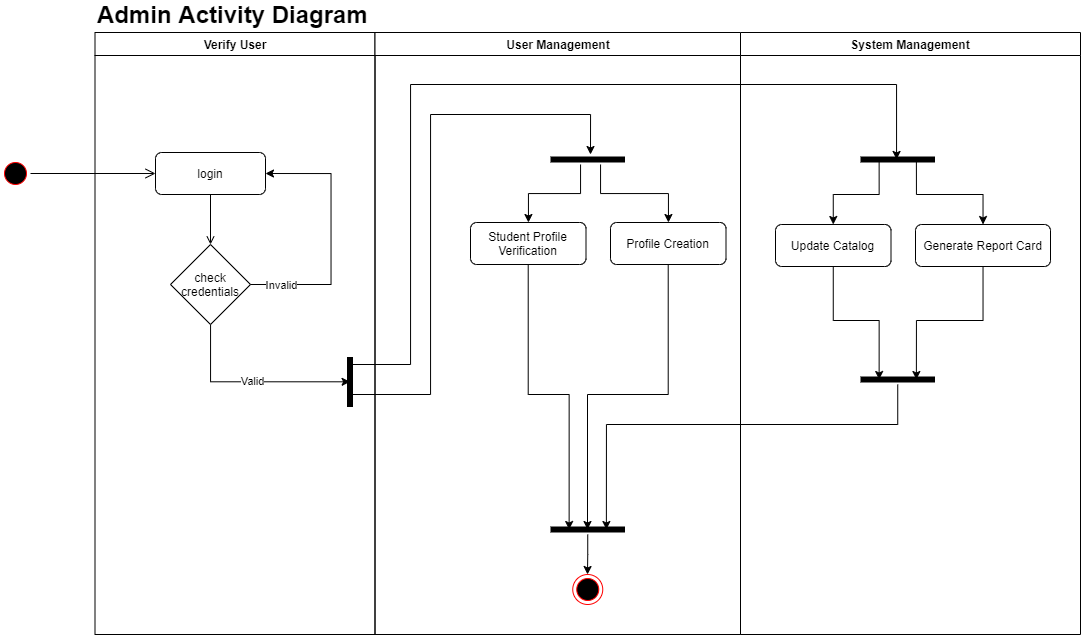
This is CRS-JEDI-7-UML-Artifacts/Activity-Diagram/Admin Activity Diagram.png from iosdev747/JEDI-7_Flipkart-Group-1, a draw.io export, as it was before one commit. Source tidied: cells renumbered, new cells last; positions are measured from the earlier drawing's top-left corner, leaving out a move shared by most shapes. The source it was exported from:
```xml
<mxGraphModel>
  <root>
    <mxCell id="0" />
    <mxCell id="1" parent="0" />
    <mxCell id="2" value="Verify User" style="swimlane;whiteSpace=wrap;" parent="1" vertex="1">
      <mxGeometry x="94.5" y="28" width="280" height="602" as="geometry" />
    </mxCell>
    <mxCell id="3" style="endArrow=open;endFill=1;rounded=0;" parent="2" edge="1" target="5">
      <mxGeometry relative="1" as="geometry">
        <mxPoint x="115.5" y="160" as="sourcePoint" />
      </mxGeometry>
    </mxCell>
    <mxCell id="4" value="Valid" style="edgeStyle=orthogonalEdgeStyle;rounded=0;jettySize=auto;html=1;entryX=0.496;entryY=0.494;entryDx=0;entryDy=0;entryPerimeter=0;" parent="2" edge="1" source="5" target="7">
      <mxGeometry relative="1" as="geometry">
        <Array as="points">
          <mxPoint x="116" y="349" />
        </Array>
      </mxGeometry>
    </mxCell>
    <mxCell id="5" value="check credentials" style="rhombus;whiteSpace=wrap;html=1;" parent="2" vertex="1">
      <mxGeometry x="75.5" y="212" width="80" height="80" as="geometry" />
    </mxCell>
    <mxCell id="6" value="login" style="rounded=1;whiteSpace=wrap;html=1;" parent="2" vertex="1">
      <mxGeometry x="60.5" y="120" width="110" height="42" as="geometry" />
    </mxCell>
    <mxCell id="7" style="shape=line;strokeWidth=6;rotation=90;" parent="2" vertex="1">
      <mxGeometry x="230" y="342" width="50" height="15" as="geometry" />
    </mxCell>
    <mxCell id="8" style="edgeStyle=orthogonalEdgeStyle;rounded=0;jettySize=auto;html=1;exitX=1;exitY=0.5;exitDx=0;exitDy=0;entryX=1;entryY=0.5;entryDx=0;entryDy=0;" parent="2" edge="1" source="5" target="6">
      <mxGeometry relative="1" as="geometry">
        <Array as="points">
          <mxPoint x="236" y="252" />
          <mxPoint x="236" y="141" />
        </Array>
      </mxGeometry>
    </mxCell>
    <mxCell id="9" value="Invalid" style="edgeLabel;html=1;align=center;verticalAlign=middle;" parent="8" vertex="1">
      <mxGeometry x="-0.76" relative="1" as="geometry" />
    </mxCell>
    <mxCell id="10" value="User Management" style="swimlane;whiteSpace=wrap;" parent="1" vertex="1">
      <mxGeometry x="374.5" y="28" width="365.5" height="602" as="geometry" />
    </mxCell>
    <mxCell id="11" style="edgeStyle=orthogonalEdgeStyle;rounded=0;jettySize=auto;html=1;entryX=0.25;entryY=0.5;entryDx=0;entryDy=0;entryPerimeter=0;" parent="10" edge="1" source="12" target="16">
      <mxGeometry relative="1" as="geometry" />
    </mxCell>
    <mxCell id="12" value="Student Profile Verification" style="rounded=1;whiteSpace=wrap;html=1;strokeColor=#000000;fillColor=#FFFFFF;" parent="10" vertex="1">
      <mxGeometry x="95.5" y="190" width="115.5" height="42" as="geometry" />
    </mxCell>
    <mxCell id="13" style="edgeStyle=orthogonalEdgeStyle;rounded=0;jettySize=auto;html=1;" parent="10" edge="1" source="14">
      <mxGeometry relative="1" as="geometry">
        <mxPoint x="212.5" y="497" as="targetPoint" />
        <Array as="points">
          <mxPoint x="293" y="362" />
          <mxPoint x="213" y="362" />
        </Array>
      </mxGeometry>
    </mxCell>
    <mxCell id="14" value="Profile Creation" style="rounded=1;whiteSpace=wrap;html=1;strokeColor=#000000;fillColor=#FFFFFF;" parent="10" vertex="1">
      <mxGeometry x="235.5" y="190" width="115.5" height="42" as="geometry" />
    </mxCell>
    <mxCell id="15" style="ellipse;html=1;shape=endState;fillColor=#000000;strokeColor=#ff0000;" parent="10" vertex="1">
      <mxGeometry x="197.8" y="542" width="30" height="30" as="geometry" />
    </mxCell>
    <mxCell id="16" style="shape=line;html=1;strokeWidth=6;" parent="10" vertex="1">
      <mxGeometry x="175.5" y="492" width="74.5" height="10" as="geometry" />
    </mxCell>
    <mxCell id="17" style="edgeStyle=orthogonalEdgeStyle;rounded=0;jettySize=auto;html=1;" parent="10" edge="1" source="16">
      <mxGeometry relative="1" as="geometry">
        <mxPoint x="212.5" y="542" as="targetPoint" />
      </mxGeometry>
    </mxCell>
    <mxCell id="18" value="System Management" style="swimlane;whiteSpace=wrap;" parent="1" vertex="1">
      <mxGeometry x="740" y="28" width="340" height="602" as="geometry" />
    </mxCell>
    <mxCell id="19" value="Update Catalog" style="rounded=1;whiteSpace=wrap;html=1;strokeColor=#000000;fillColor=#FFFFFF;" parent="18" vertex="1">
      <mxGeometry x="35" y="192" width="115.5" height="42" as="geometry" />
    </mxCell>
    <mxCell id="20" value="Generate Report Card" style="rounded=1;whiteSpace=wrap;html=1;strokeColor=#000000;fillColor=#FFFFFF;" parent="18" vertex="1">
      <mxGeometry x="175" y="192" width="135" height="42" as="geometry" />
    </mxCell>
    <mxCell id="21" style="shape=line;html=1;strokeWidth=6;" parent="18" vertex="1">
      <mxGeometry x="120" y="342" width="74.5" height="10" as="geometry" />
    </mxCell>
    <mxCell id="22" style="edgeStyle=orthogonalEdgeStyle;rounded=0;jettySize=auto;html=1;entryX=0.25;entryY=0.5;entryDx=0;entryDy=0;entryPerimeter=0;" parent="18" edge="1" source="19" target="21">
      <mxGeometry relative="1" as="geometry" />
    </mxCell>
    <mxCell id="23" style="edgeStyle=orthogonalEdgeStyle;rounded=0;jettySize=auto;html=1;entryX=0.75;entryY=0.5;entryDx=0;entryDy=0;entryPerimeter=0;" parent="18" edge="1" source="20" target="21">
      <mxGeometry relative="1" as="geometry" />
    </mxCell>
    <mxCell id="24" style="edgeStyle=orthogonalEdgeStyle;rounded=0;jettySize=auto;html=1;exitX=0.75;exitY=0.5;exitDx=0;exitDy=0;exitPerimeter=0;fontSize=11;" parent="18" edge="1" source="26" target="20">
      <mxGeometry relative="1" as="geometry" />
    </mxCell>
    <mxCell id="25" style="edgeStyle=orthogonalEdgeStyle;rounded=0;jettySize=auto;html=1;exitX=0.25;exitY=0.5;exitDx=0;exitDy=0;exitPerimeter=0;fontSize=11;" parent="18" edge="1" source="26" target="19">
      <mxGeometry relative="1" as="geometry" />
    </mxCell>
    <mxCell id="26" style="shape=line;html=1;strokeWidth=6;" parent="18" vertex="1">
      <mxGeometry x="120" y="122" width="74.5" height="10" as="geometry" />
    </mxCell>
    <mxCell id="27" style="edgeStyle=orthogonalEdgeStyle;rounded=0;jettySize=auto;html=1;" parent="1" edge="1" source="7">
      <mxGeometry relative="1" as="geometry">
        <mxPoint x="590" y="150" as="targetPoint" />
        <Array as="points">
          <mxPoint x="349" y="390" />
          <mxPoint x="430" y="390" />
          <mxPoint x="430" y="110" />
          <mxPoint x="590" y="110" />
        </Array>
      </mxGeometry>
    </mxCell>
    <mxCell id="28" style="edgeStyle=orthogonalEdgeStyle;rounded=0;jettySize=auto;html=1;entryX=0.477;entryY=0.486;entryDx=0;entryDy=0;entryPerimeter=0;" parent="1" edge="1" source="7" target="26">
      <mxGeometry relative="1" as="geometry">
        <Array as="points">
          <mxPoint x="350" y="360" />
          <mxPoint x="410" y="360" />
          <mxPoint x="410" y="80" />
          <mxPoint x="896" y="80" />
          <mxPoint x="896" y="155" />
        </Array>
      </mxGeometry>
    </mxCell>
    <mxCell id="29" style="edgeStyle=orthogonalEdgeStyle;rounded=0;jettySize=auto;html=1;" parent="1" edge="1" source="31" target="12">
      <mxGeometry relative="1" as="geometry">
        <Array as="points">
          <mxPoint x="580" y="189" />
          <mxPoint x="528" y="189" />
        </Array>
      </mxGeometry>
    </mxCell>
    <mxCell id="30" style="edgeStyle=orthogonalEdgeStyle;rounded=0;jettySize=auto;html=1;" parent="1" edge="1" source="31" target="14">
      <mxGeometry relative="1" as="geometry">
        <Array as="points">
          <mxPoint x="600" y="189" />
          <mxPoint x="668" y="189" />
        </Array>
      </mxGeometry>
    </mxCell>
    <mxCell id="31" style="shape=line;html=1;strokeWidth=6;" parent="1" vertex="1">
      <mxGeometry x="550" y="150" width="74.5" height="10" as="geometry" />
    </mxCell>
    <mxCell id="32" style="edgeStyle=orthogonalEdgeStyle;rounded=0;jettySize=auto;html=1;entryX=0.75;entryY=0.5;entryDx=0;entryDy=0;entryPerimeter=0;" parent="1" edge="1" source="21" target="16">
      <mxGeometry relative="1" as="geometry">
        <Array as="points">
          <mxPoint x="897" y="420" />
          <mxPoint x="606" y="420" />
        </Array>
      </mxGeometry>
    </mxCell>
    <mxCell id="33" value="Admin Activity Diagram" style="text;html=1;strokeColor=none;fillColor=none;align=left;verticalAlign=middle;whiteSpace=wrap;rounded=0;fontStyle=1;fontSize=24;" parent="1" vertex="1">
      <mxGeometry x="94.5" width="445.5" height="20" as="geometry" />
    </mxCell>
    <mxCell id="34" style="ellipse;shape=startState;fillColor=#000000;strokeColor=#ff0000;" parent="1" vertex="1">
      <mxGeometry y="154" width="30" height="30" as="geometry" />
    </mxCell>
    <mxCell id="35" style="edgeStyle=elbowEdgeStyle;elbow=horizontal;verticalAlign=bottom;endArrow=open;endSize=8;endFill=1;rounded=0;" parent="1" edge="1" source="34" target="6">
      <mxGeometry x="1070.5" y="40" as="geometry" />
    </mxCell>
  </root>
</mxGraphModel>
```
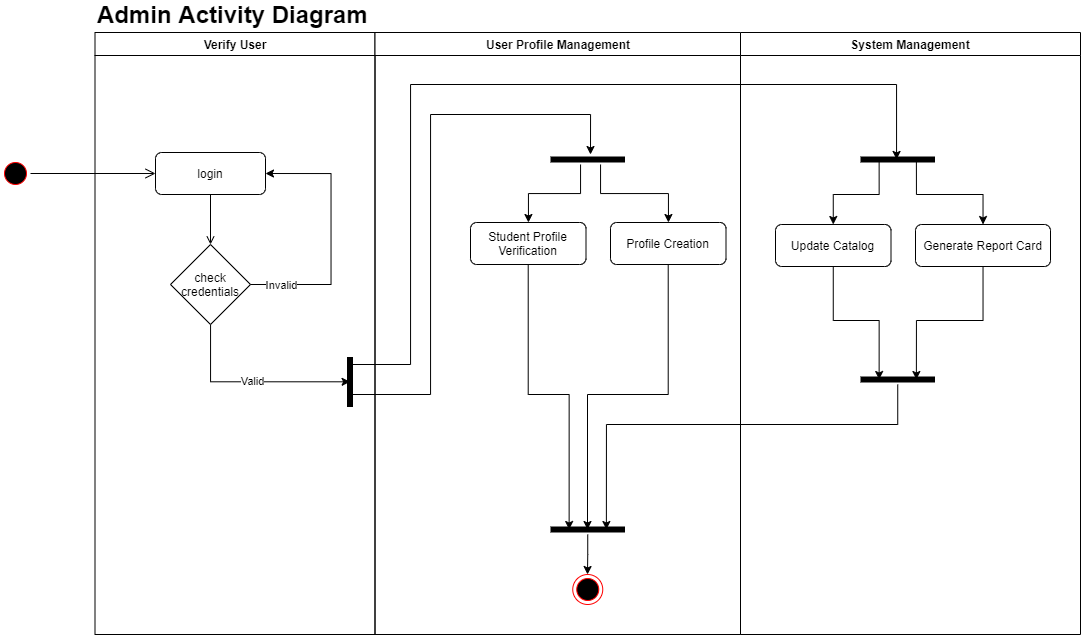
The same diagram one commit later.

Commit message:
Minor Activity Diagram Changes

The edit, as a diff of the source:
```diff
@@ -37,7 +37,7 @@
     <mxCell id="9" value="Invalid" style="edgeLabel;html=1;align=center;verticalAlign=middle;" parent="8" vertex="1">
       <mxGeometry x="-0.76" relative="1" as="geometry" />
     </mxCell>
-    <mxCell id="10" value="User Management" style="swimlane;whiteSpace=wrap;" parent="1" vertex="1">
+    <mxCell id="10" value="User Profile Management" style="swimlane;whiteSpace=wrap;" parent="1" vertex="1">
       <mxGeometry x="374.5" y="28" width="365.5" height="602" as="geometry" />
     </mxCell>
     <mxCell id="11" style="edgeStyle=orthogonalEdgeStyle;rounded=0;jettySize=auto;html=1;entryX=0.25;entryY=0.5;entryDx=0;entryDy=0;entryPerimeter=0;" parent="10" edge="1" source="12" target="16">
```
